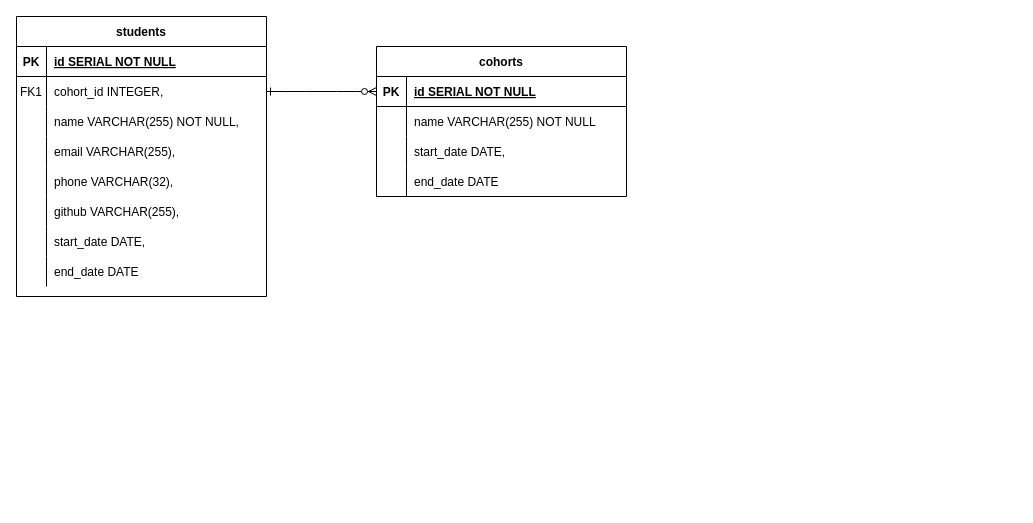
Atkinss1/bootcampX keeps this draw.io diagram as BootcampX Diagram.drawio. Above is the earlier version. Source tidied: cells renumbered, new cells numbered last; positions are measured from the earlier drawing's top-left corner, leaving out a move shared by most shapes. Both pictures are drawn from the tidied source at 100%, with x=0, y=0 at pixel (16, 16).
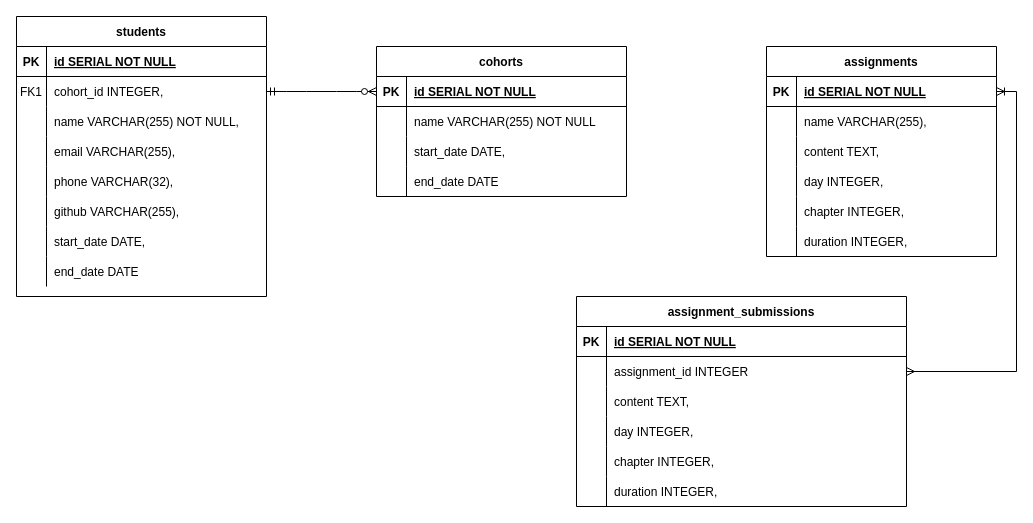
The same page after the edit.

Commit message:
Update BootcampX Diagram.drawio assignments / assignment_submissions

Unchanged cells that the change refers to:
```xml
<mxCell id="7" style="shape=partialRectangle;fillColor=none;points=[[0,0.5],[1,0.5]];portConstraint=eastwest;top=0;left=0;right=0;bottom=0;" parent="3" vertex="1">
  <mxGeometry y="60" width="250" height="30" as="geometry" />
</mxCell>
<mxCell id="29" style="shape=partialRectangle;fillColor=none;points=[[0,0.5],[1,0.5]];portConstraint=eastwest;top=0;left=0;right=0;bottom=1;" parent="28" vertex="1">
  <mxGeometry y="30" width="250" height="30" as="geometry" />
</mxCell>
```

Diff of the diagram source:
```diff
@@
-    <mxCell id="2" style="edgeStyle=entityRelationEdgeStyle;endArrow=ERzeroToMany;startArrow=ERone;endFill=1;startFill=0;entryX=0;entryY=0.5;entryDx=0;entryDy=0;exitX=1;exitY=0.5;exitDx=0;exitDy=0;" parent="1" edge="1" source="7" target="29">
+    <mxCell id="2" style="edgeStyle=entityRelationEdgeStyle;endArrow=ERzeroToMany;startArrow=ERmandOne;endFill=1;startFill=0;entryX=0;entryY=0.5;entryDx=0;entryDy=0;exitX=1;exitY=0.5;exitDx=0;exitDy=0;" parent="1" edge="1" source="7" target="29">
       <mxGeometry relative="1" as="geometry" />
     </mxCell>
@@
+    <mxCell id="41" value="assignments" style="shape=table;startSize=30;childLayout=tableLayout;rowLines=0;fontStyle=1;align=center;" parent="1" vertex="1">
+      <mxGeometry x="750" y="30" width="230" height="210" as="geometry" />
+    </mxCell>
+    <mxCell id="42" style="shape=partialRectangle;fillColor=none;points=[[0,0.5],[1,0.5]];portConstraint=eastwest;top=0;left=0;right=0;bottom=1;" parent="41" vertex="1">
+      <mxGeometry y="30" width="230" height="30" as="geometry" />
+    </mxCell>
+    <mxCell id="43" value="PK" style="shape=partialRectangle;overflow=hidden;fillColor=none;top=0;left=0;bottom=0;right=0;fontStyle=1;" parent="42" vertex="1">
+      <mxGeometry width="30" height="30" as="geometry" />
+    </mxCell>
+    <mxCell id="44" value="id SERIAL NOT NULL" style="shape=partialRectangle;overflow=hidden;fillColor=none;top=0;left=0;bottom=0;right=0;align=left;spacingLeft=6;fontStyle=5;" parent="42" vertex="1">
+      <mxGeometry x="30" width="200" height="30" as="geometry" />
+    </mxCell>
+    <mxCell id="45" style="shape=partialRectangle;fillColor=none;top=0;left=0;right=0;bottom=0;" parent="41" vertex="1">
+      <mxGeometry y="60" width="230" height="30" as="geometry" />
+    </mxCell>
+    <mxCell id="46" style="shape=partialRectangle;overflow=hidden;fillColor=none;top=0;left=0;bottom=0;right=0;" parent="45" vertex="1">
+      <mxGeometry width="30" height="30" as="geometry" />
+    </mxCell>
+    <mxCell id="47" value="name VARCHAR(255)," style="shape=partialRectangle;overflow=hidden;fillColor=none;top=0;left=0;bottom=0;right=0;align=left;spacingLeft=6;" parent="45" vertex="1">
+      <mxGeometry x="30" width="200" height="30" as="geometry" />
+    </mxCell>
+    <mxCell id="48" style="shape=partialRectangle;fillColor=none;top=0;left=0;right=0;bottom=0;" parent="41" vertex="1">
+      <mxGeometry y="90" width="230" height="30" as="geometry" />
+    </mxCell>
+    <mxCell id="49" style="shape=partialRectangle;overflow=hidden;fillColor=none;top=0;left=0;bottom=0;right=0;" parent="48" vertex="1">
+      <mxGeometry width="30" height="30" as="geometry" />
+    </mxCell>
+    <mxCell id="50" value="content TEXT," style="shape=partialRectangle;overflow=hidden;fillColor=none;top=0;left=0;bottom=0;right=0;align=left;spacingLeft=6;" parent="48" vertex="1">
+      <mxGeometry x="30" width="200" height="30" as="geometry" />
+    </mxCell>
+    <mxCell id="51" style="shape=partialRectangle;fillColor=none;top=0;left=0;right=0;bottom=0;" parent="41" vertex="1">
+      <mxGeometry y="120" width="230" height="30" as="geometry" />
+    </mxCell>
+    <mxCell id="52" style="shape=partialRectangle;overflow=hidden;fillColor=none;top=0;left=0;bottom=0;right=0;" parent="51" vertex="1">
+      <mxGeometry width="30" height="30" as="geometry" />
+    </mxCell>
+    <mxCell id="53" value="day INTEGER," style="shape=partialRectangle;overflow=hidden;fillColor=none;top=0;left=0;bottom=0;right=0;align=left;spacingLeft=6;" parent="51" vertex="1">
+      <mxGeometry x="30" width="200" height="30" as="geometry" />
+    </mxCell>
+    <mxCell id="54" style="shape=partialRectangle;fillColor=none;top=0;left=0;right=0;bottom=0;" parent="41" vertex="1">
+      <mxGeometry y="150" width="230" height="30" as="geometry" />
+    </mxCell>
+    <mxCell id="55" style="shape=partialRectangle;overflow=hidden;fillColor=none;top=0;left=0;bottom=0;right=0;" parent="54" vertex="1">
+      <mxGeometry width="30" height="30" as="geometry" />
+    </mxCell>
+    <mxCell id="56" value="chapter INTEGER," style="shape=partialRectangle;overflow=hidden;fillColor=none;top=0;left=0;bottom=0;right=0;align=left;spacingLeft=6;" parent="54" vertex="1">
+      <mxGeometry x="30" width="200" height="30" as="geometry" />
+    </mxCell>
+    <mxCell id="57" style="shape=partialRectangle;fillColor=none;top=0;left=0;right=0;bottom=0;" parent="41" vertex="1">
+      <mxGeometry y="180" width="230" height="30" as="geometry" />
+    </mxCell>
+    <mxCell id="58" style="shape=partialRectangle;overflow=hidden;fillColor=none;top=0;left=0;bottom=0;right=0;" parent="57" vertex="1">
+      <mxGeometry width="30" height="30" as="geometry" />
+    </mxCell>
+    <mxCell id="59" value="duration INTEGER," style="shape=partialRectangle;overflow=hidden;fillColor=none;top=0;left=0;bottom=0;right=0;align=left;spacingLeft=6;" parent="57" vertex="1">
+      <mxGeometry x="30" width="200" height="30" as="geometry" />
+    </mxCell>
+    <mxCell id="60" value="assignment_submissions" style="shape=table;startSize=30;childLayout=tableLayout;rowLines=0;fontStyle=1;align=center;" parent="1" vertex="1">
+      <mxGeometry x="560" y="280" width="330" height="210" as="geometry" />
+    </mxCell>
+    <mxCell id="61" style="shape=partialRectangle;fillColor=none;top=0;left=0;right=0;bottom=1;" parent="60" vertex="1">
+      <mxGeometry y="30" width="330" height="30" as="geometry" />
+    </mxCell>
+    <mxCell id="62" value="PK" style="shape=partialRectangle;overflow=hidden;fillColor=none;top=0;left=0;bottom=0;right=0;fontStyle=1;" parent="61" vertex="1">
+      <mxGeometry width="30" height="30" as="geometry" />
+    </mxCell>
+    <mxCell id="63" value="id SERIAL NOT NULL" style="shape=partialRectangle;overflow=hidden;fillColor=none;top=0;left=0;bottom=0;right=0;align=left;spacingLeft=6;fontStyle=5;" parent="61" vertex="1">
+      <mxGeometry x="30" width="300" height="30" as="geometry" />
+    </mxCell>
+    <mxCell id="64" style="shape=partialRectangle;fillColor=none;points=[[0,0.5],[1,0.5]];portConstraint=eastwest;top=0;left=0;right=0;bottom=0;" parent="60" vertex="1">
+      <mxGeometry y="60" width="330" height="30" as="geometry" />
+    </mxCell>
+    <mxCell id="65" style="shape=partialRectangle;overflow=hidden;fillColor=none;top=0;left=0;bottom=0;right=0;" parent="64" vertex="1">
+      <mxGeometry width="30" height="30" as="geometry" />
+    </mxCell>
+    <mxCell id="66" value="assignment_id INTEGER" style="shape=partialRectangle;overflow=hidden;fillColor=none;top=0;left=0;bottom=0;right=0;align=left;spacingLeft=6;" parent="64" vertex="1">
+      <mxGeometry x="30" width="300" height="30" as="geometry" />
+    </mxCell>
+    <mxCell id="67" style="shape=partialRectangle;fillColor=none;top=0;left=0;right=0;bottom=0;" parent="60" vertex="1">
+      <mxGeometry y="90" width="330" height="30" as="geometry" />
+    </mxCell>
+    <mxCell id="68" style="shape=partialRectangle;overflow=hidden;fillColor=none;top=0;left=0;bottom=0;right=0;" parent="67" vertex="1">
+      <mxGeometry width="30" height="30" as="geometry" />
+    </mxCell>
+    <mxCell id="69" value="content TEXT," style="shape=partialRectangle;overflow=hidden;fillColor=none;top=0;left=0;bottom=0;right=0;align=left;spacingLeft=6;" parent="67" vertex="1">
+      <mxGeometry x="30" width="300" height="30" as="geometry" />
+    </mxCell>
+    <mxCell id="70" style="shape=partialRectangle;fillColor=none;top=0;left=0;right=0;bottom=0;" parent="60" vertex="1">
+      <mxGeometry y="120" width="330" height="30" as="geometry" />
+    </mxCell>
+    <mxCell id="71" style="shape=partialRectangle;overflow=hidden;fillColor=none;top=0;left=0;bottom=0;right=0;" parent="70" vertex="1">
+      <mxGeometry width="30" height="30" as="geometry" />
+    </mxCell>
+    <mxCell id="72" value="day INTEGER," style="shape=partialRectangle;overflow=hidden;fillColor=none;top=0;left=0;bottom=0;right=0;align=left;spacingLeft=6;" parent="70" vertex="1">
+      <mxGeometry x="30" width="300" height="30" as="geometry" />
+    </mxCell>
+    <mxCell id="73" style="shape=partialRectangle;fillColor=none;top=0;left=0;right=0;bottom=0;" parent="60" vertex="1">
+      <mxGeometry y="150" width="330" height="30" as="geometry" />
+    </mxCell>
+    <mxCell id="74" style="shape=partialRectangle;overflow=hidden;fillColor=none;top=0;left=0;bottom=0;right=0;" parent="73" vertex="1">
+      <mxGeometry width="30" height="30" as="geometry" />
+    </mxCell>
+    <mxCell id="75" value="chapter INTEGER," style="shape=partialRectangle;overflow=hidden;fillColor=none;top=0;left=0;bottom=0;right=0;align=left;spacingLeft=6;" parent="73" vertex="1">
+      <mxGeometry x="30" width="300" height="30" as="geometry" />
+    </mxCell>
+    <mxCell id="76" style="shape=partialRectangle;fillColor=none;top=0;left=0;right=0;bottom=0;" parent="60" vertex="1">
+      <mxGeometry y="180" width="330" height="30" as="geometry" />
+    </mxCell>
+    <mxCell id="77" style="shape=partialRectangle;overflow=hidden;fillColor=none;top=0;left=0;bottom=0;right=0;" parent="76" vertex="1">
+      <mxGeometry width="30" height="30" as="geometry" />
+    </mxCell>
+    <mxCell id="78" value="duration INTEGER," style="shape=partialRectangle;overflow=hidden;fillColor=none;top=0;left=0;bottom=0;right=0;align=left;spacingLeft=6;" parent="76" vertex="1">
+      <mxGeometry x="30" width="300" height="30" as="geometry" />
+    </mxCell>
+    <mxCell id="79" style="edgeStyle=orthogonalEdgeStyle;rounded=0;jettySize=auto;html=1;exitX=1;exitY=0.5;exitDx=0;exitDy=0;entryX=1;entryY=0.5;entryDx=0;entryDy=0;endArrow=ERmany;endFill=0;startArrow=ERoneToMany;startFill=0;" parent="1" edge="1" source="42" target="64">
+      <mxGeometry relative="1" as="geometry" />
+    </mxCell>
```
